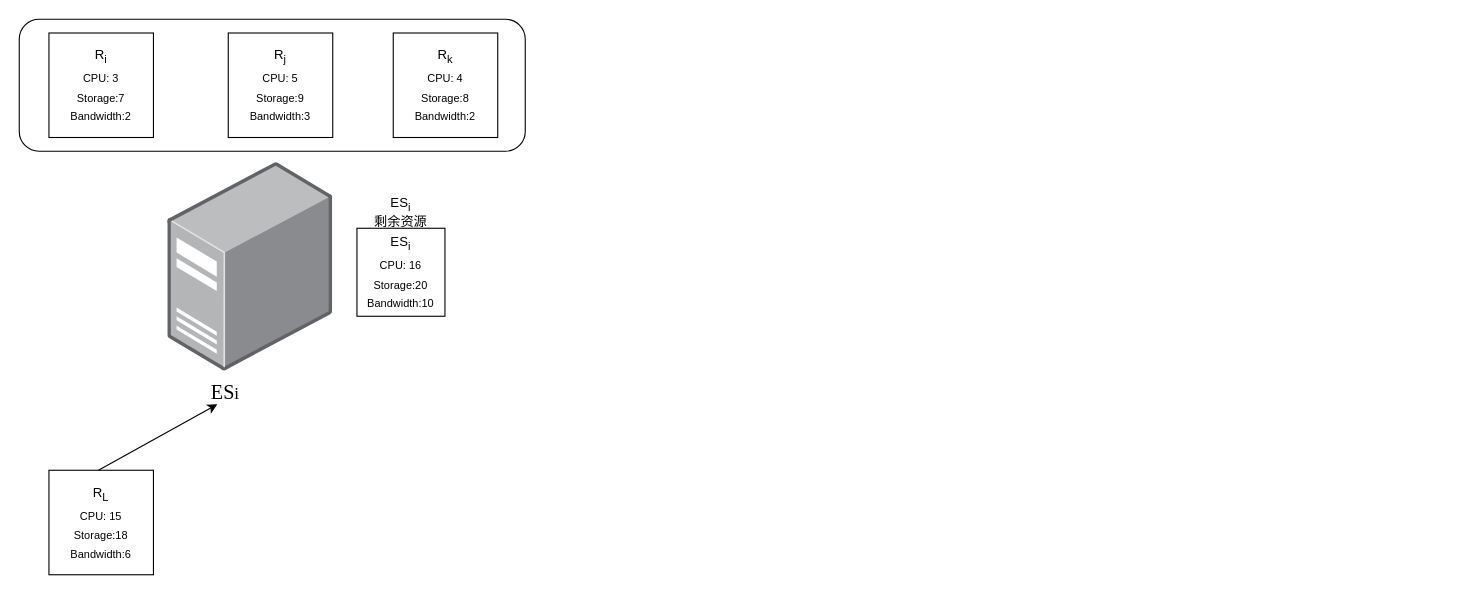
Earlier version of the draw.io diagram Mobility.drawio (DCLe-DA/Learning-DL-by-Hand). Source tidied: cells renumbered, new cells numbered last; positions are measured from the earlier drawing's top-left corner, leaving out a move shared by most shapes. Both pictures are drawn from the tidied source at 110%, with x=0, y=0 at pixel (19, 19).
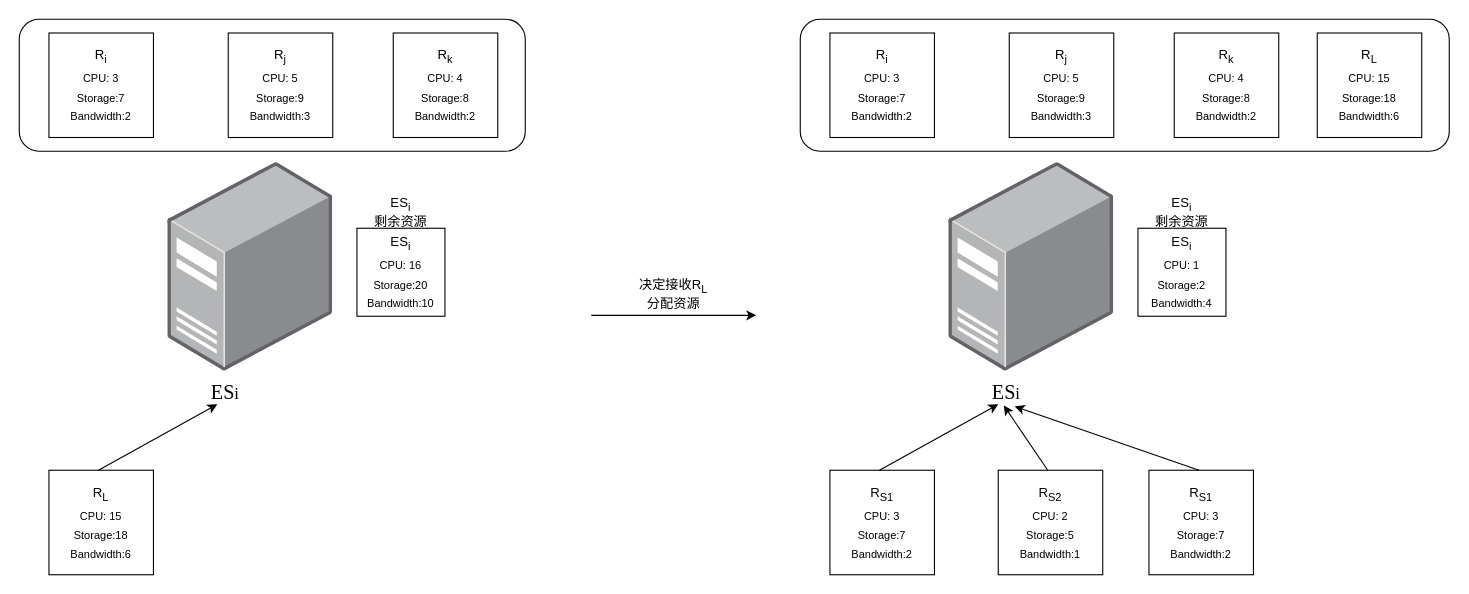
The same page after the edit.

Diff of the diagram source:
```diff
@@
+    <mxCell id="12" style="image;html=1;align=center;shadow=0;dashed=0;image=img/lib/allied_telesis/computer_and_terminals/Server_Desktop.svg;" parent="1" vertex="1">
+      <mxGeometry x="845.1" y="130" width="149.9" height="190" as="geometry" />
+    </mxCell>
+    <mxCell id="13" value="&lt;span style=&quot;font-size: 18.3333px;&quot;&gt;ES&lt;/span&gt;&lt;span style=&quot;font-size: 15.2778px;&quot;&gt;i&lt;/span&gt;" style="text;strokeColor=none;align=center;fillColor=none;html=1;verticalAlign=middle;whiteSpace=wrap;rounded=0;fontFamily=Times New Roman;" parent="1" vertex="1">
+      <mxGeometry x="840" y="310" width="115" height="60" as="geometry" />
+    </mxCell>
+    <mxCell id="14" style="rounded=1;whiteSpace=wrap;html=1;strokeColor=default;" parent="1" vertex="1">
+      <mxGeometry x="710" width="590" height="120" as="geometry" />
+    </mxCell>
+    <mxCell id="15" value="R&lt;sub&gt;i&lt;br&gt;CPU: 3&lt;br&gt;Storage:7&lt;br&gt;Bandwidth:2&lt;br&gt;&lt;/sub&gt;" style="whiteSpace=wrap;html=1;strokeColor=default;" parent="1" vertex="1">
+      <mxGeometry x="737" y="12.5" width="95" height="95" as="geometry" />
+    </mxCell>
+    <mxCell id="16" value="R&lt;sub&gt;j&lt;br&gt;CPU: 5&lt;br&gt;Storage:9&lt;br&gt;Bandwidth:3&lt;br&gt;&lt;/sub&gt;" style="whiteSpace=wrap;html=1;strokeColor=default;" parent="1" vertex="1">
+      <mxGeometry x="900" y="12.5" width="95" height="95" as="geometry" />
+    </mxCell>
+    <mxCell id="17" value="R&lt;sub&gt;k&lt;br&gt;CPU: 4&lt;br&gt;Storage:8&lt;br&gt;Bandwidth:2&lt;br&gt;&lt;/sub&gt;" style="whiteSpace=wrap;html=1;strokeColor=default;" parent="1" vertex="1">
+      <mxGeometry x="1050" y="12.5" width="95" height="95" as="geometry" />
+    </mxCell>
+    <mxCell id="18" value="R&lt;sub&gt;S1&lt;br&gt;CPU: 3&lt;br&gt;Storage:7&lt;br&gt;Bandwidth:2&lt;br&gt;&lt;/sub&gt;" style="whiteSpace=wrap;html=1;strokeColor=default;" parent="1" vertex="1">
+      <mxGeometry x="737" y="410" width="95" height="95" as="geometry" />
+    </mxCell>
+    <mxCell id="19" style="endArrow=classic;html=1;rounded=0;entryX=0.435;entryY=0.667;entryDx=0;entryDy=0;entryPerimeter=0;" parent="1" edge="1" target="13">
+      <mxGeometry relative="1" as="geometry">
+        <mxPoint x="782" y="410" as="sourcePoint" />
+      </mxGeometry>
+    </mxCell>
+    <mxCell id="20" value="ES&lt;sub style=&quot;border-color: var(--border-color);&quot;&gt;i&lt;br style=&quot;border-color: var(--border-color);&quot;&gt;CPU: 1&lt;br style=&quot;border-color: var(--border-color);&quot;&gt;Storage:2&lt;br style=&quot;border-color: var(--border-color);&quot;&gt;Bandwidth:4&lt;/sub&gt;" style="whiteSpace=wrap;html=1;" parent="1" vertex="1">
+      <mxGeometry x="1017" y="190" width="80" height="80" as="geometry" />
+    </mxCell>
+    <mxCell id="21" value="ES&lt;sub style=&quot;border-color: var(--border-color);&quot;&gt;i&lt;br&gt;&lt;/sub&gt;剩余资源" style="text;strokeColor=none;align=center;fillColor=none;html=1;verticalAlign=middle;whiteSpace=wrap;rounded=0;" parent="1" vertex="1">
+      <mxGeometry x="1027" y="160" width="60" height="30" as="geometry" />
+    </mxCell>
+    <mxCell id="22" style="endArrow=classic;html=1;rounded=0;" parent="1" edge="1">
+      <mxGeometry relative="1" as="geometry">
+        <mxPoint x="520" y="269.2" as="sourcePoint" />
+        <mxPoint x="670" y="269.2" as="targetPoint" />
+      </mxGeometry>
+    </mxCell>
+    <mxCell id="23" value="R&lt;sub&gt;L&lt;br&gt;CPU: 15&lt;br&gt;Storage:18&lt;br&gt;Bandwidth:6&lt;br&gt;&lt;/sub&gt;" style="whiteSpace=wrap;html=1;strokeColor=default;" parent="1" vertex="1">
+      <mxGeometry x="1180" y="12.5" width="95" height="95" as="geometry" />
+    </mxCell>
+    <mxCell id="24" value="R&lt;sub&gt;S2&lt;br&gt;CPU: 2&lt;br&gt;Storage:5&lt;br&gt;Bandwidth:1&lt;br&gt;&lt;/sub&gt;" style="whiteSpace=wrap;html=1;strokeColor=default;" parent="1" vertex="1">
+      <mxGeometry x="890" y="410" width="95" height="95" as="geometry" />
+    </mxCell>
+    <mxCell id="25" style="endArrow=classic;html=1;rounded=0;" parent="1" edge="1">
+      <mxGeometry relative="1" as="geometry">
+        <mxPoint x="935" y="410" as="sourcePoint" />
+        <mxPoint x="895" y="351" as="targetPoint" />
+      </mxGeometry>
+    </mxCell>
+    <mxCell id="26" value="R&lt;sub&gt;S1&lt;br&gt;CPU: 3&lt;br&gt;Storage:7&lt;br&gt;Bandwidth:2&lt;br&gt;&lt;/sub&gt;" style="whiteSpace=wrap;html=1;strokeColor=default;" parent="1" vertex="1">
+      <mxGeometry x="1027" y="410" width="95" height="95" as="geometry" />
+    </mxCell>
+    <mxCell id="27" style="endArrow=classic;html=1;rounded=0;" parent="1" edge="1">
+      <mxGeometry relative="1" as="geometry">
+        <mxPoint x="1072.5" y="410" as="sourcePoint" />
+        <mxPoint x="905" y="352" as="targetPoint" />
+      </mxGeometry>
+    </mxCell>
+    <mxCell id="28" value="决定接收R&lt;sub&gt;L&lt;/sub&gt;&lt;br&gt;分配资源" style="text;strokeColor=none;align=center;fillColor=none;html=1;verticalAlign=middle;whiteSpace=wrap;rounded=0;" parent="1" vertex="1">
+      <mxGeometry x="550" y="230" width="90" height="40" as="geometry" />
+    </mxCell>
```
